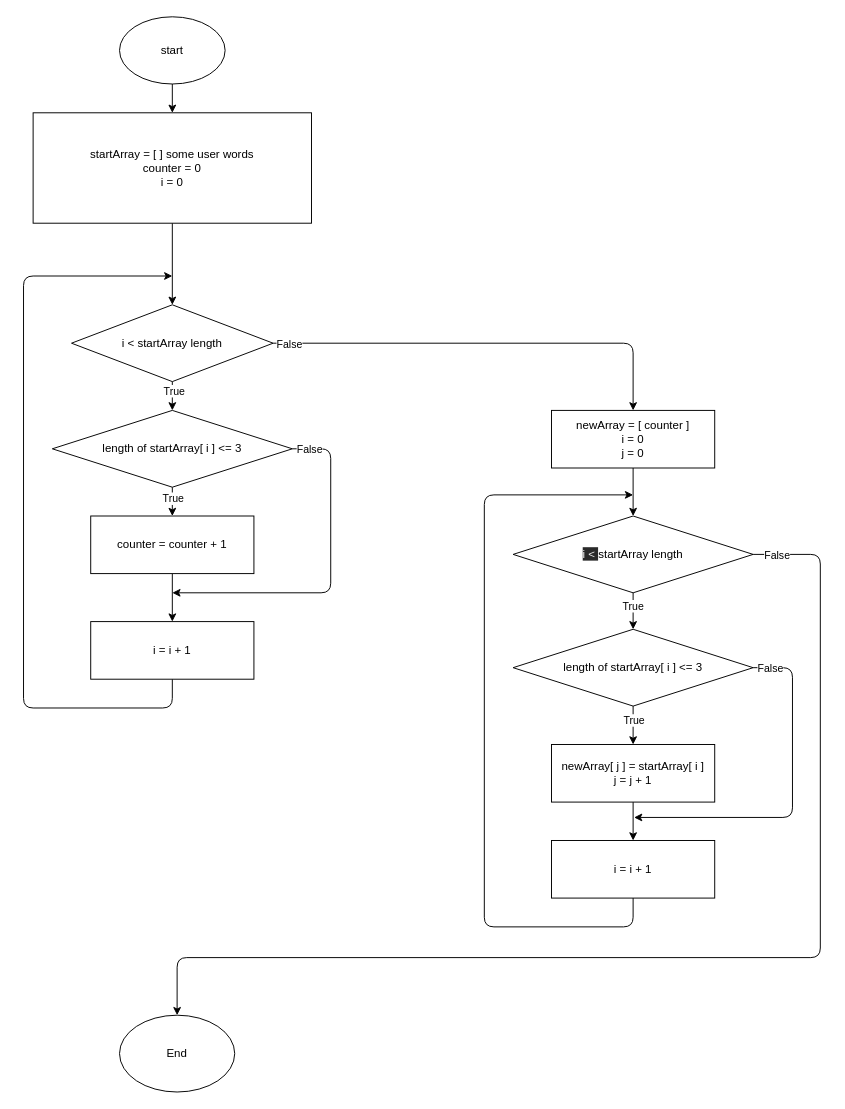
Before: FinalTestWork/FinalTestWork.drawio in ilyindanny/FirstBlockTest, a draw.io diagram. Source tidied: cells renumbered, new cells numbered last; positions are measured from the earlier drawing's top-left corner, leaving out a move shared by most shapes. Both pictures are drawn from the tidied source at 96%, with x=0, y=0 at pixel (23, 16).
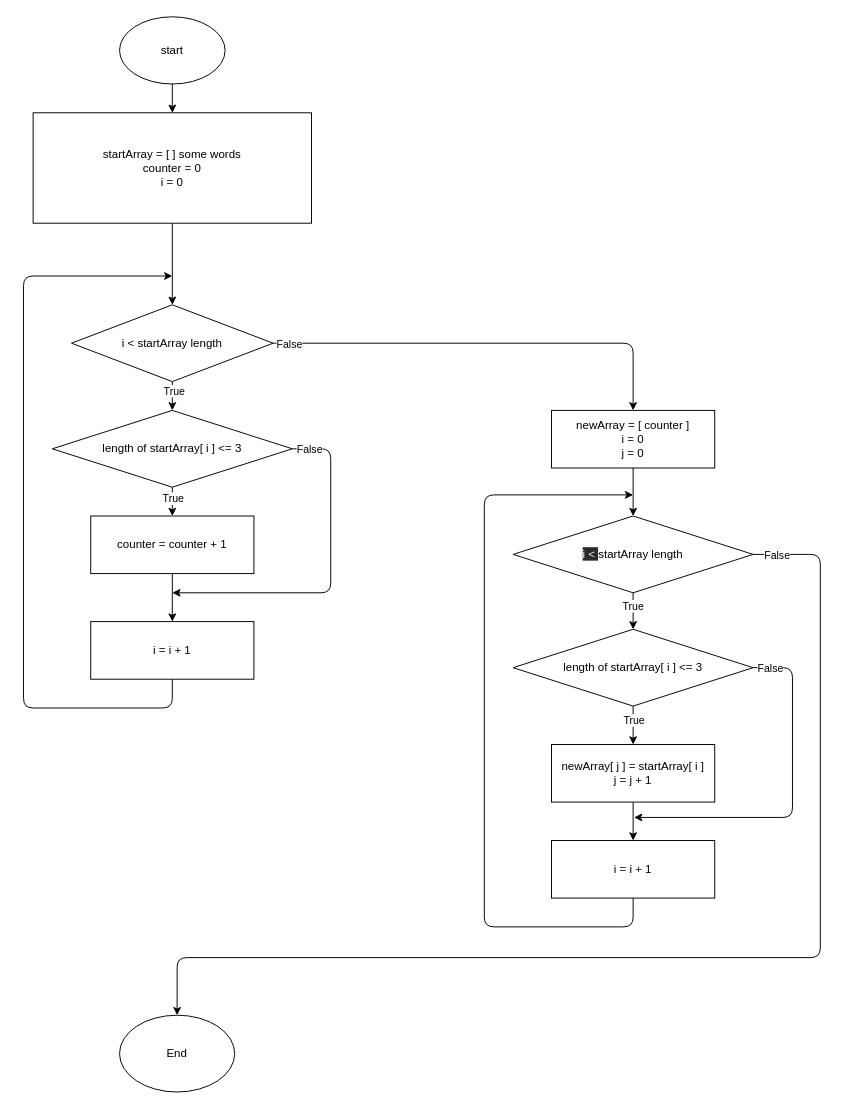
Above is the later version.

Commit message (it also covers changes not shown here):
task completed

Diff of the diagram source:
```diff
@@
-    <mxCell id="5" value="startArray = [ ] some user words&lt;br&gt;counter = 0&lt;br&gt;i = 0" style="whiteSpace=wrap;html=1;" parent="1" vertex="1">
+    <mxCell id="5" value="startArray = [ ] some words&lt;br&gt;counter = 0&lt;br&gt;i = 0" style="whiteSpace=wrap;html=1;" parent="1" vertex="1">
       <mxGeometry x="10" y="100" width="290" height="115" as="geometry" />
     </mxCell>
```
